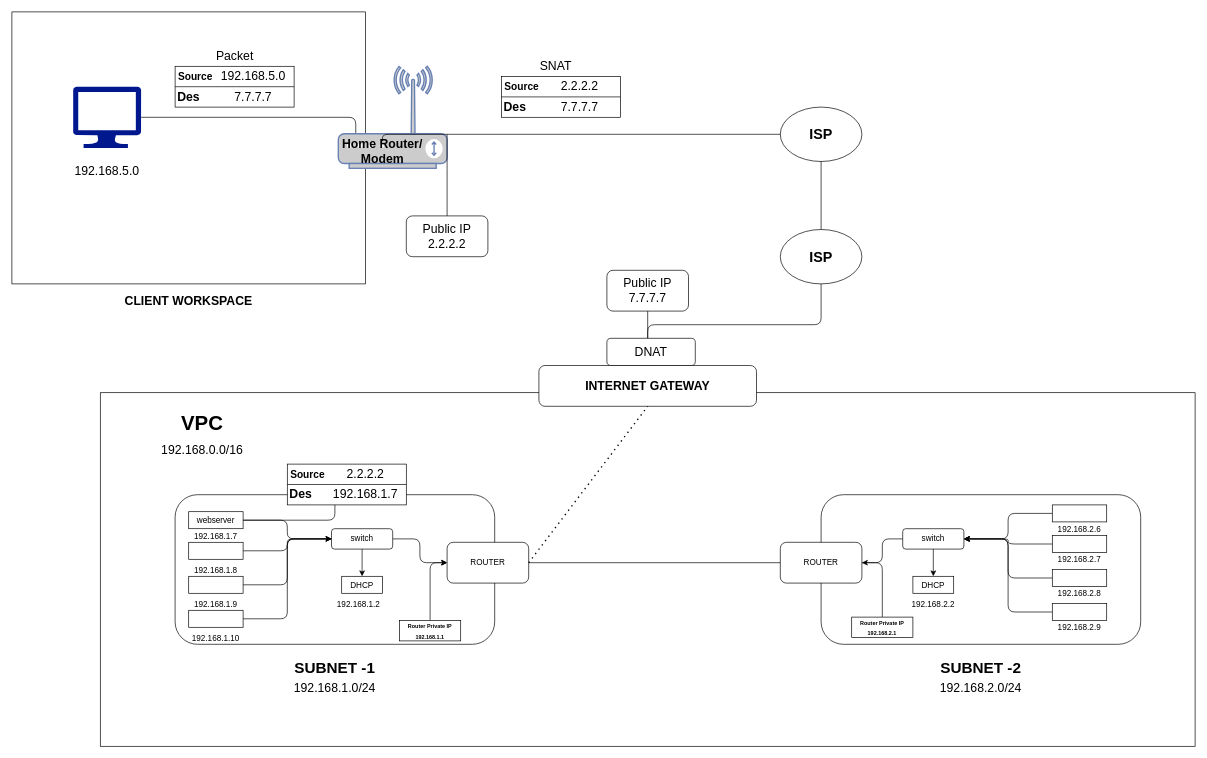
Earlier version of the draw.io diagram Untitled Diagram.drawio (ashishworkspace/aws-diagram). Source tidied: cells renumbered, new cells numbered last; positions are measured from the earlier drawing's top-left corner, leaving out a move shared by most shapes. Both pictures are drawn from the tidied source at 68%, with x=0, y=0 at pixel (12, 12).
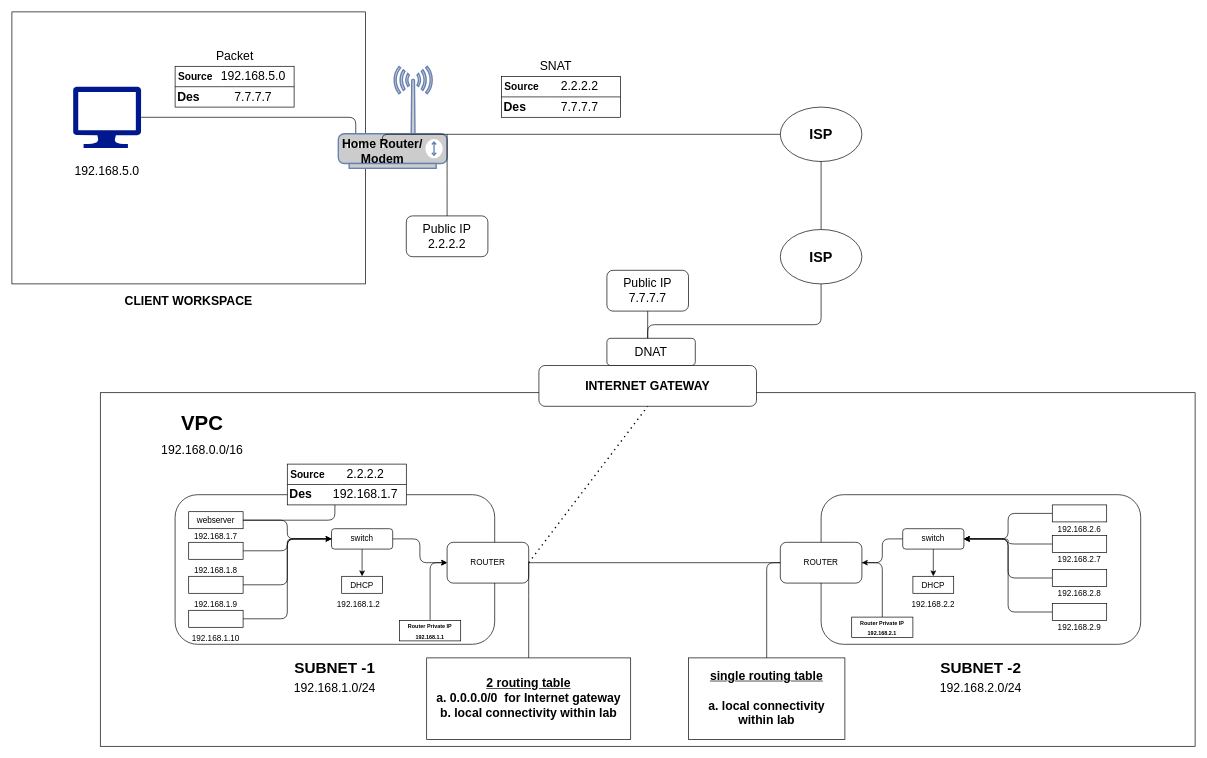
The same diagram, later.

Unchanged cells that the change refers to:
```xml
<mxCell id="6" value="ROUTER" style="rounded=1;whiteSpace=wrap;html=1;" parent="1" vertex="1">
  <mxGeometry x="640" y="780" width="120" height="60" as="geometry" />
</mxCell>
<mxCell id="7" value="ROUTER" style="rounded=1;whiteSpace=wrap;html=1;" parent="1" vertex="1">
  <mxGeometry x="1130" y="780" width="120" height="60" as="geometry" />
</mxCell>
```

Change to the diagram source:
```diff
@@
+    <mxCell id="92" style="edgeStyle=orthogonalEdgeStyle;rounded=1;jettySize=auto;html=1;exitX=0;exitY=0.5;exitDx=0;exitDy=0;entryX=0.5;entryY=0;entryDx=0;entryDy=0;fontSize=18;endArrow=none;endFill=0;strokeWidth=1;" parent="1" edge="1" source="7" target="95">
+      <mxGeometry relative="1" as="geometry" />
+    </mxCell>
@@
+    <mxCell id="93" style="edgeStyle=orthogonalEdgeStyle;rounded=1;jettySize=auto;html=1;exitX=0.5;exitY=0;exitDx=0;exitDy=0;entryX=1;entryY=0.5;entryDx=0;entryDy=0;fontSize=18;endArrow=none;endFill=0;strokeWidth=1;" parent="1" edge="1" source="94" target="6">
+      <mxGeometry relative="1" as="geometry">
+        <Array as="points">
+          <mxPoint x="760" y="850" />
+          <mxPoint x="760" y="850" />
+        </Array>
+      </mxGeometry>
+    </mxCell>
+    <mxCell id="94" value="&lt;b&gt;&lt;u&gt;2 routing table&lt;br&gt;&lt;/u&gt;a. 0.0.0.0/0&amp;nbsp; for Internet gateway&lt;br&gt;b. local connectivity within lab&lt;/b&gt;" style="rounded=0;whiteSpace=wrap;html=1;fontSize=18;" parent="1" vertex="1">
+      <mxGeometry x="610" y="950" width="300" height="120" as="geometry" />
+    </mxCell>
+    <mxCell id="95" value="&lt;b&gt;&lt;u&gt;single routing table&lt;br&gt;&lt;/u&gt;&lt;br&gt;a. local connectivity within lab&lt;/b&gt;" style="rounded=0;whiteSpace=wrap;html=1;fontSize=18;" parent="1" vertex="1">
+      <mxGeometry x="995" y="950" width="230" height="120" as="geometry" />
+    </mxCell>
```
